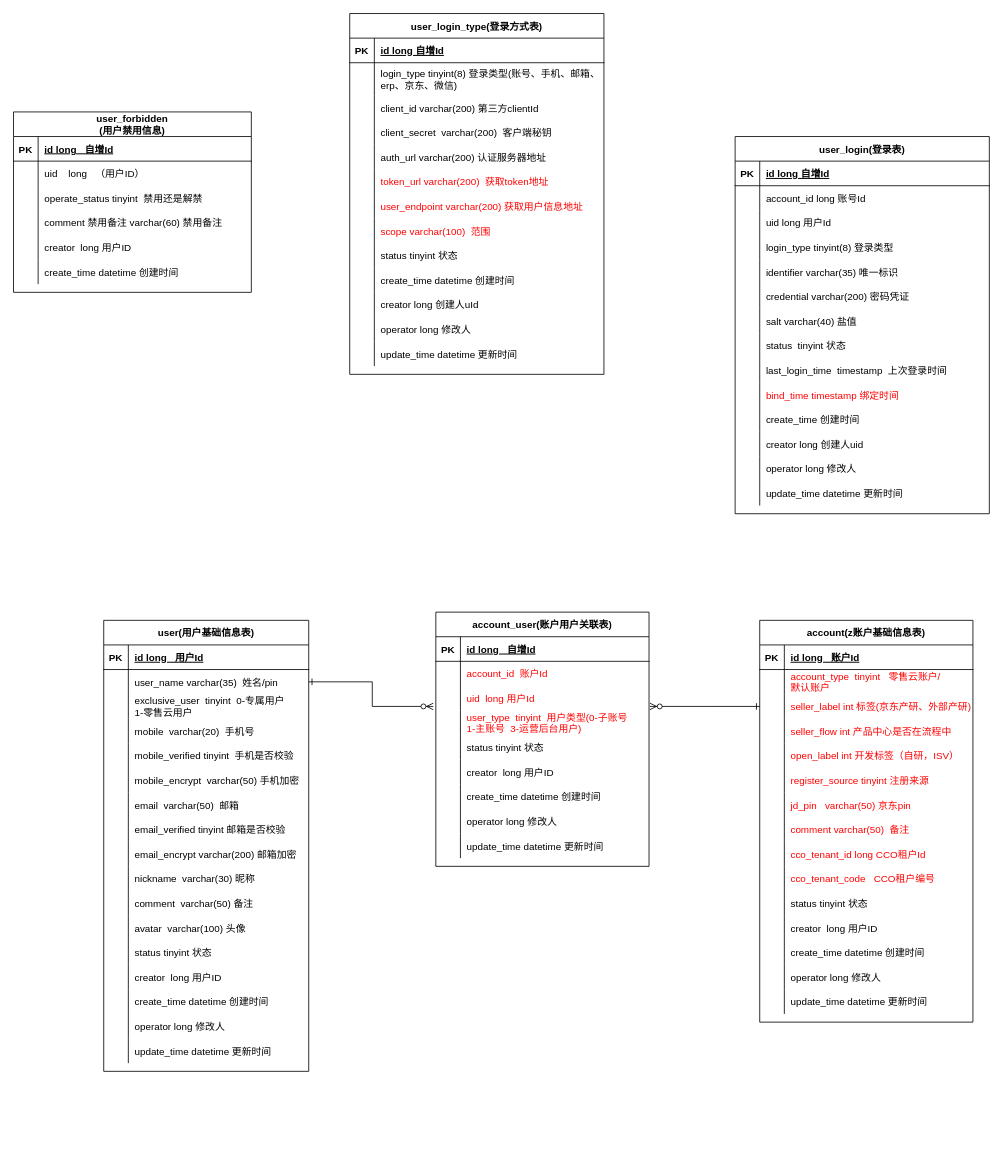
This is page "新账号模型" (1 of 10) of idaas.drawio from AjaxXu/Diagram, a draw.io file, before an edit. Source tidied: cells renumbered, new cells numbered last; positions are measured from the earlier drawing's top-left corner, leaving out a move shared by most shapes. Both pictures are drawn from the tidied source at 82%, with x=0, y=0 at pixel (-36, 13).
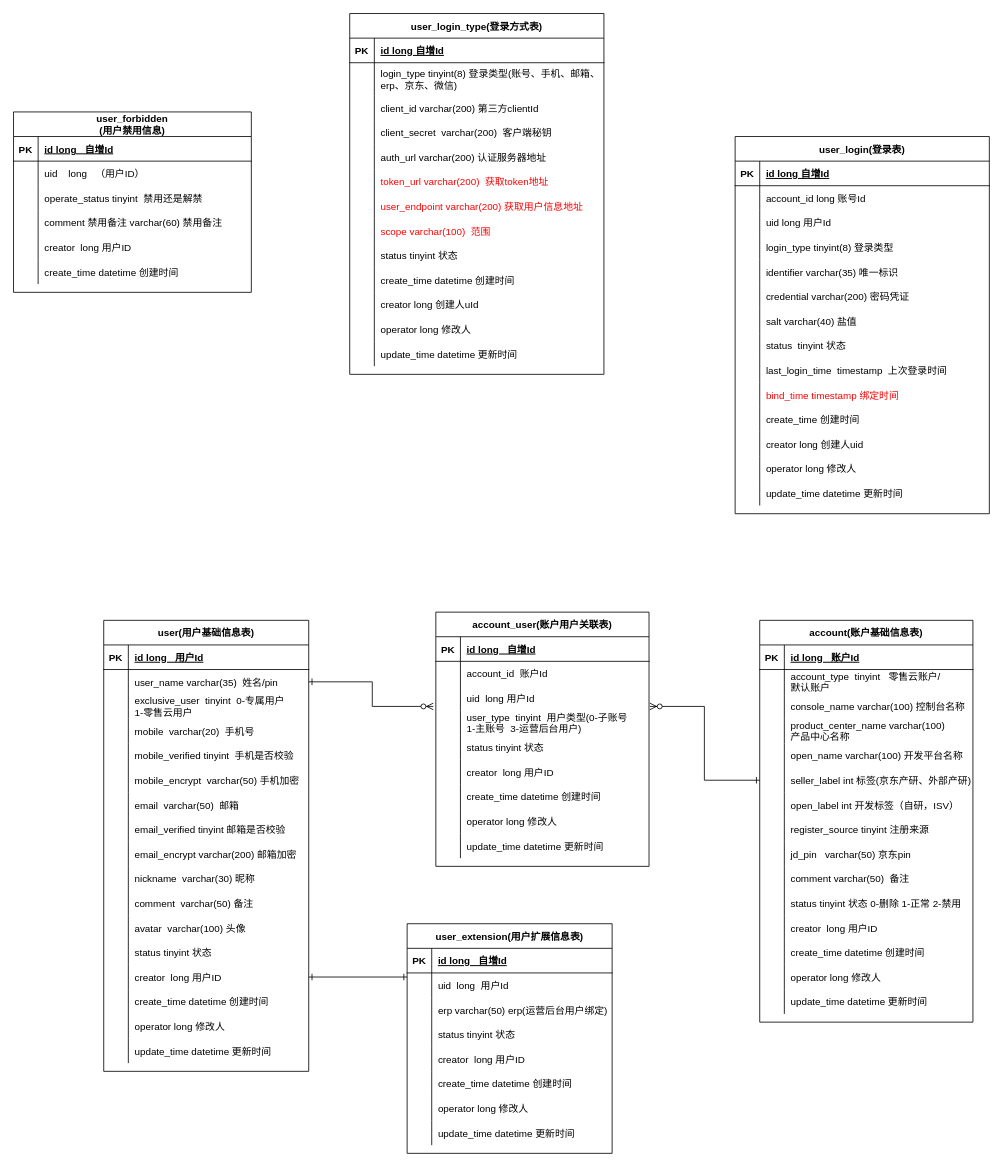
The same page after the edit.

Unchanged cells that the change refers to:
```xml
<mxCell id="6" style="shape=partialRectangle;fillColor=none;top=0;left=0;right=0;bottom=0;" parent="2" vertex="1">
  <mxGeometry y="60" width="260" height="30" as="geometry" />
</mxCell>
<mxCell id="33" style="shape=partialRectangle;fillColor=none;points=[[0,0.5],[1,0.5]];portConstraint=eastwest;top=0;left=0;right=0;bottom=0;" parent="2" vertex="1">
  <mxGeometry y="330" width="260" height="30" as="geometry" />
</mxCell>
<mxCell id="88" style="shape=partialRectangle;fillColor=none;points=[[0,0.5],[1,0.5]];portConstraint=eastwest;top=0;left=0;right=0;bottom=0;" parent="48" vertex="1">
  <mxGeometry y="420" width="250" height="30" as="geometry" />
</mxCell>
<mxCell id="211" style="shape=partialRectangle;fillColor=none;top=0;left=0;right=0;bottom=0;" parent="207" vertex="1">
  <mxGeometry y="60" width="260" height="30" as="geometry" />
</mxCell>
<mxCell id="214" style="shape=partialRectangle;fillColor=none;points=[[0,0.5],[1,0.5]];portConstraint=eastwest;top=0;left=0;right=0;bottom=0;" parent="207" vertex="1">
  <mxGeometry y="90" width="260" height="30" as="geometry" />
</mxCell>
<mxCell id="217" style="shape=partialRectangle;fillColor=none;points=[[0,0.5],[1,0.5]];portConstraint=eastwest;top=0;left=0;right=0;bottom=0;" parent="207" vertex="1">
  <mxGeometry y="120" width="260" height="30" as="geometry" />
</mxCell>
```

Diff of the diagram source:
```diff
@@
-    <mxCell id="2" value="account(z账户基础信息表)" style="shape=table;startSize=30;childLayout=tableLayout;rowLines=0;fontStyle=1;align=center;" parent="1" vertex="1">
+    <mxCell id="2" value="account(账户基础信息表)" style="shape=table;startSize=30;childLayout=tableLayout;rowLines=0;fontStyle=1;align=center;" parent="1" vertex="1">
       <mxGeometry x="970" y="740" width="260" height="490" as="geometry" />
     </mxCell>
@@
-    <mxCell id="8" value="account_type  tinyint   零售云账户/&#10;默认账户" style="shape=partialRectangle;overflow=hidden;fillColor=none;top=0;left=0;bottom=0;right=0;align=left;spacingLeft=6;fontColor=#FF0000;" parent="6" vertex="1">
+    <mxCell id="8" value="account_type  tinyint   零售云账户/&#10;默认账户" style="shape=partialRectangle;overflow=hidden;fillColor=none;top=0;left=0;bottom=0;right=0;align=left;spacingLeft=6;" parent="6" vertex="1">
       <mxGeometry x="30" width="230" height="30" as="geometry" />
     </mxCell>
+    <mxCell id="237" style="shape=partialRectangle;fillColor=none;top=0;left=0;right=0;bottom=0;" parent="2" vertex="1">
+      <mxGeometry y="90" width="260" height="30" as="geometry" />
+    </mxCell>
+    <mxCell id="238" style="shape=partialRectangle;overflow=hidden;fillColor=none;top=0;left=0;bottom=0;right=0;" parent="237" vertex="1">
+      <mxGeometry width="30" height="30" as="geometry" />
+    </mxCell>
+    <mxCell id="239" value="console_name varchar(100) 控制台名称" style="shape=partialRectangle;overflow=hidden;fillColor=none;top=0;left=0;bottom=0;right=0;align=left;spacingLeft=6;" parent="237" vertex="1">
+      <mxGeometry x="30" width="230" height="30" as="geometry" />
+    </mxCell>
+    <mxCell id="12" style="shape=partialRectangle;fillColor=none;top=0;left=0;right=0;bottom=0;" parent="2" vertex="1">
+      <mxGeometry y="120" width="260" height="30" as="geometry" />
+    </mxCell>
+    <mxCell id="240" style="shape=partialRectangle;overflow=hidden;fillColor=none;top=0;left=0;bottom=0;right=0;" parent="12" vertex="1">
+      <mxGeometry width="30" height="30" as="geometry" />
+    </mxCell>
+    <mxCell id="241" value="product_center_name varchar(100) &#10;产品中心名称" style="shape=partialRectangle;overflow=hidden;fillColor=none;top=0;left=0;bottom=0;right=0;align=left;spacingLeft=6;" parent="12" vertex="1">
+      <mxGeometry x="30" width="230" height="30" as="geometry" />
+    </mxCell>
+    <mxCell id="242" style="shape=partialRectangle;fillColor=none;top=0;left=0;right=0;bottom=0;" parent="2" vertex="1">
+      <mxGeometry y="150" width="260" height="30" as="geometry" />
+    </mxCell>
+    <mxCell id="243" style="shape=partialRectangle;overflow=hidden;fillColor=none;top=0;left=0;bottom=0;right=0;" parent="242" vertex="1">
+      <mxGeometry width="30" height="30" as="geometry" />
+    </mxCell>
+    <mxCell id="244" value="open_name varchar(100) 开发平台名称" style="shape=partialRectangle;overflow=hidden;fillColor=none;top=0;left=0;bottom=0;right=0;align=left;spacingLeft=6;" parent="242" vertex="1">
+      <mxGeometry x="30" width="230" height="30" as="geometry" />
+    </mxCell>
     <mxCell id="9" style="shape=partialRectangle;fillColor=none;points=[[0,0.5],[1,0.5]];portConstraint=eastwest;top=0;left=0;right=0;bottom=0;" parent="2" vertex="1">
-      <mxGeometry y="90" width="260" height="30" as="geometry" />
+      <mxGeometry y="180" width="260" height="30" as="geometry" />
     </mxCell>
@@
-    <mxCell id="11" value="seller_label int 标签(京东产研、外部产研)" style="shape=partialRectangle;overflow=hidden;fillColor=none;top=0;left=0;bottom=0;right=0;align=left;spacingLeft=6;fontColor=#FF0000;" parent="9" vertex="1">
+    <mxCell id="11" value="seller_label int 标签(京东产研、外部产研)" style="shape=partialRectangle;overflow=hidden;fillColor=none;top=0;left=0;bottom=0;right=0;align=left;spacingLeft=6;" parent="9" vertex="1">
       <mxGeometry x="30" width="230" height="30" as="geometry" />
     </mxCell>
-    <mxCell id="12" style="shape=partialRectangle;fillColor=none;top=0;left=0;right=0;bottom=0;" parent="2" vertex="1">
-      <mxGeometry y="120" width="260" height="30" as="geometry" />
-    </mxCell>
-    <mxCell id="13" style="shape=partialRectangle;overflow=hidden;fillColor=none;top=0;left=0;bottom=0;right=0;" parent="12" vertex="1">
-      <mxGeometry width="30" height="30" as="geometry" />
-    </mxCell>
-    <mxCell id="14" value="seller_flow int 产品中心是否在流程中" style="shape=partialRectangle;overflow=hidden;fillColor=none;top=0;left=0;bottom=0;right=0;align=left;spacingLeft=6;fontColor=#FF0000;" parent="12" vertex="1">
-      <mxGeometry x="30" width="230" height="30" as="geometry" />
-    </mxCell>
     <mxCell id="15" style="shape=partialRectangle;fillColor=none;top=0;left=0;right=0;bottom=0;" parent="2" vertex="1">
-      <mxGeometry y="150" width="260" height="30" as="geometry" />
+      <mxGeometry y="210" width="260" height="30" as="geometry" />
     </mxCell>
@@
-    <mxCell id="17" value="open_label int 开发标签（自研，ISV）" style="shape=partialRectangle;overflow=hidden;fillColor=none;top=0;left=0;bottom=0;right=0;align=left;spacingLeft=6;fontColor=#FF0000;" parent="15" vertex="1">
+    <mxCell id="17" value="open_label int 开发标签（自研，ISV）" style="shape=partialRectangle;overflow=hidden;fillColor=none;top=0;left=0;bottom=0;right=0;align=left;spacingLeft=6;" parent="15" vertex="1">
       <mxGeometry x="30" width="230" height="30" as="geometry" />
     </mxCell>
     <mxCell id="18" style="shape=partialRectangle;fillColor=none;top=0;left=0;right=0;bottom=0;" parent="2" vertex="1">
-      <mxGeometry y="180" width="260" height="30" as="geometry" />
+      <mxGeometry y="240" width="260" height="30" as="geometry" />
     </mxCell>
@@
-    <mxCell id="20" value="register_source tinyint 注册来源" style="shape=partialRectangle;overflow=hidden;fillColor=none;top=0;left=0;bottom=0;right=0;align=left;spacingLeft=6;fontColor=#FF0000;" parent="18" vertex="1">
+    <mxCell id="20" value="register_source tinyint 注册来源" style="shape=partialRectangle;overflow=hidden;fillColor=none;top=0;left=0;bottom=0;right=0;align=left;spacingLeft=6;" parent="18" vertex="1">
       <mxGeometry x="30" width="230" height="30" as="geometry" />
     </mxCell>
     <mxCell id="21" style="shape=partialRectangle;fillColor=none;top=0;left=0;right=0;bottom=0;" parent="2" vertex="1">
-      <mxGeometry y="210" width="260" height="30" as="geometry" />
+      <mxGeometry y="270" width="260" height="30" as="geometry" />
     </mxCell>
@@
-    <mxCell id="23" value="jd_pin   varchar(50) 京东pin" style="shape=partialRectangle;overflow=hidden;fillColor=none;top=0;left=0;bottom=0;right=0;align=left;spacingLeft=6;fontColor=#FF0000;" parent="21" vertex="1">
+    <mxCell id="23" value="jd_pin   varchar(50) 京东pin" style="shape=partialRectangle;overflow=hidden;fillColor=none;top=0;left=0;bottom=0;right=0;align=left;spacingLeft=6;" parent="21" vertex="1">
       <mxGeometry x="30" width="230" height="30" as="geometry" />
     </mxCell>
     <mxCell id="24" style="shape=partialRectangle;fillColor=none;top=0;left=0;right=0;bottom=0;" parent="2" vertex="1">
-      <mxGeometry y="240" width="260" height="30" as="geometry" />
+      <mxGeometry y="300" width="260" height="30" as="geometry" />
     </mxCell>
@@
-    <mxCell id="26" value="comment varchar(50)  备注" style="shape=partialRectangle;overflow=hidden;fillColor=none;top=0;left=0;bottom=0;right=0;align=left;spacingLeft=6;fontColor=#FF0000;" parent="24" vertex="1">
+    <mxCell id="26" value="comment varchar(50)  备注" style="shape=partialRectangle;overflow=hidden;fillColor=none;top=0;left=0;bottom=0;right=0;align=left;spacingLeft=6;" parent="24" vertex="1">
       <mxGeometry x="30" width="230" height="30" as="geometry" />
     </mxCell>
-    <mxCell id="27" style="shape=partialRectangle;fillColor=none;top=0;left=0;right=0;bottom=0;" parent="2" vertex="1">
-      <mxGeometry y="270" width="260" height="30" as="geometry" />
-    </mxCell>
-    <mxCell id="28" style="shape=partialRectangle;overflow=hidden;fillColor=none;top=0;left=0;bottom=0;right=0;" parent="27" vertex="1">
-      <mxGeometry width="30" height="30" as="geometry" />
-    </mxCell>
-    <mxCell id="29" value="cco_tenant_id long CCO租户Id" style="shape=partialRectangle;overflow=hidden;fillColor=none;top=0;left=0;bottom=0;right=0;align=left;spacingLeft=6;fontColor=#FF0000;" parent="27" vertex="1">
-      <mxGeometry x="30" width="230" height="30" as="geometry" />
-    </mxCell>
-    <mxCell id="30" style="shape=partialRectangle;fillColor=none;top=0;left=0;right=0;bottom=0;" parent="2" vertex="1">
-      <mxGeometry y="300" width="260" height="30" as="geometry" />
-    </mxCell>
-    <mxCell id="31" style="shape=partialRectangle;overflow=hidden;fillColor=none;top=0;left=0;bottom=0;right=0;" parent="30" vertex="1">
-      <mxGeometry width="30" height="30" as="geometry" />
-    </mxCell>
-    <mxCell id="32" value="cco_tenant_code   CCO租户编号" style="shape=partialRectangle;overflow=hidden;fillColor=none;top=0;left=0;bottom=0;right=0;align=left;spacingLeft=6;fontColor=#FF0000;" parent="30" vertex="1">
-      <mxGeometry x="30" width="230" height="30" as="geometry" />
-    </mxCell>
@@
-    <mxCell id="35" value="status tinyint 状态" style="shape=partialRectangle;overflow=hidden;fillColor=none;top=0;left=0;bottom=0;right=0;align=left;spacingLeft=6;" parent="33" vertex="1">
+    <mxCell id="35" value="status tinyint 状态 0-删除 1-正常 2-禁用" style="shape=partialRectangle;overflow=hidden;fillColor=none;top=0;left=0;bottom=0;right=0;align=left;spacingLeft=6;" parent="33" vertex="1">
       <mxGeometry x="30" width="230" height="30" as="geometry" />
     </mxCell>
@@
-    <mxCell id="213" value="account_id  账户Id" style="shape=partialRectangle;overflow=hidden;fillColor=none;top=0;left=0;bottom=0;right=0;align=left;spacingLeft=6;fontColor=#FF0000;" parent="211" vertex="1">
+    <mxCell id="213" value="account_id  账户Id" style="shape=partialRectangle;overflow=hidden;fillColor=none;top=0;left=0;bottom=0;right=0;align=left;spacingLeft=6;" parent="211" vertex="1">
       <mxGeometry x="30" width="230" height="30" as="geometry" />
     </mxCell>
@@
-    <mxCell id="216" value="uid  long 用户Id" style="shape=partialRectangle;overflow=hidden;fillColor=none;top=0;left=0;bottom=0;right=0;align=left;spacingLeft=6;fontColor=#FF0000;" parent="214" vertex="1">
+    <mxCell id="216" value="uid  long 用户Id" style="shape=partialRectangle;overflow=hidden;fillColor=none;top=0;left=0;bottom=0;right=0;align=left;spacingLeft=6;" parent="214" vertex="1">
       <mxGeometry x="30" width="230" height="30" as="geometry" />
     </mxCell>
@@
-    <mxCell id="219" value="user_type  tinyint  用户类型(0-子账号 &#10;1-主账号  3-运营后台用户)" style="shape=partialRectangle;overflow=hidden;fillColor=none;top=0;left=0;bottom=0;right=0;align=left;spacingLeft=6;fontColor=#FF0000;" parent="217" vertex="1">
+    <mxCell id="219" value="user_type  tinyint  用户类型(0-子账号 &#10;1-主账号  3-运营后台用户)" style="shape=partialRectangle;overflow=hidden;fillColor=none;top=0;left=0;bottom=0;right=0;align=left;spacingLeft=6;" parent="217" vertex="1">
       <mxGeometry x="30" width="230" height="30" as="geometry" />
     </mxCell>
@@
+    <mxCell id="245" style="edgeStyle=orthogonalEdgeStyle;rounded=0;jettySize=auto;html=1;exitX=1;exitY=0.5;exitDx=0;exitDy=0;fontColor=#000000;startArrow=ERone;startFill=0;endArrow=ERone;endFill=0;" parent="1" edge="1" source="88">
+      <mxGeometry relative="1" as="geometry">
+        <mxPoint x="540" y="1175" as="targetPoint" />
+      </mxGeometry>
+    </mxCell>
+    <mxCell id="246" value="user_extension(用户扩展信息表)" style="shape=table;startSize=30;childLayout=tableLayout;rowLines=0;fontStyle=1;align=center;" parent="1" vertex="1">
+      <mxGeometry x="540" y="1110" width="250" height="280" as="geometry" />
+    </mxCell>
+    <mxCell id="247" style="shape=partialRectangle;fillColor=none;top=0;left=0;right=0;bottom=1;" parent="246" vertex="1">
+      <mxGeometry y="30" width="250" height="30" as="geometry" />
+    </mxCell>
+    <mxCell id="248" value="PK" style="shape=partialRectangle;overflow=hidden;fillColor=none;top=0;left=0;bottom=0;right=0;fontStyle=1;" parent="247" vertex="1">
+      <mxGeometry width="30" height="30" as="geometry" />
+    </mxCell>
+    <mxCell id="249" value="id long   自增Id" style="shape=partialRectangle;overflow=hidden;fillColor=none;top=0;left=0;bottom=0;right=0;align=left;spacingLeft=6;fontStyle=5;" parent="247" vertex="1">
+      <mxGeometry x="30" width="220" height="30" as="geometry" />
+    </mxCell>
+    <mxCell id="250" style="shape=partialRectangle;fillColor=none;top=0;left=0;right=0;bottom=0;" parent="246" vertex="1">
+      <mxGeometry y="60" width="250" height="30" as="geometry" />
+    </mxCell>
+    <mxCell id="251" style="shape=partialRectangle;overflow=hidden;fillColor=none;top=0;left=0;bottom=0;right=0;" parent="250" vertex="1">
+      <mxGeometry width="30" height="30" as="geometry" />
+    </mxCell>
+    <mxCell id="252" value="uid  long  用户Id" style="shape=partialRectangle;overflow=hidden;fillColor=none;top=0;left=0;bottom=0;right=0;align=left;spacingLeft=6;" parent="250" vertex="1">
+      <mxGeometry x="30" width="220" height="30" as="geometry" />
+    </mxCell>
+    <mxCell id="253" style="shape=partialRectangle;fillColor=none;top=0;left=0;right=0;bottom=0;" parent="246" vertex="1">
+      <mxGeometry y="90" width="250" height="30" as="geometry" />
+    </mxCell>
+    <mxCell id="254" style="shape=partialRectangle;overflow=hidden;fillColor=none;top=0;left=0;bottom=0;right=0;" parent="253" vertex="1">
+      <mxGeometry width="30" height="30" as="geometry" />
+    </mxCell>
+    <mxCell id="255" value="erp varchar(50) erp(运营后台用户绑定)" style="shape=partialRectangle;overflow=hidden;fillColor=none;top=0;left=0;bottom=0;right=0;align=left;spacingLeft=6;" parent="253" vertex="1">
+      <mxGeometry x="30" width="220" height="30" as="geometry" />
+    </mxCell>
+    <mxCell id="256" style="shape=partialRectangle;fillColor=none;top=0;left=0;right=0;bottom=0;" parent="246" vertex="1">
+      <mxGeometry y="120" width="250" height="30" as="geometry" />
+    </mxCell>
+    <mxCell id="257" style="shape=partialRectangle;overflow=hidden;fillColor=none;top=0;left=0;bottom=0;right=0;" parent="256" vertex="1">
+      <mxGeometry width="30" height="30" as="geometry" />
+    </mxCell>
+    <mxCell id="258" value="status tinyint 状态" style="shape=partialRectangle;overflow=hidden;fillColor=none;top=0;left=0;bottom=0;right=0;align=left;spacingLeft=6;" parent="256" vertex="1">
+      <mxGeometry x="30" width="220" height="30" as="geometry" />
+    </mxCell>
+    <mxCell id="259" style="shape=partialRectangle;fillColor=none;top=0;left=0;right=0;bottom=0;" parent="246" vertex="1">
+      <mxGeometry y="150" width="250" height="30" as="geometry" />
+    </mxCell>
+    <mxCell id="260" style="shape=partialRectangle;overflow=hidden;fillColor=none;top=0;left=0;bottom=0;right=0;" parent="259" vertex="1">
+      <mxGeometry width="30" height="30" as="geometry" />
+    </mxCell>
+    <mxCell id="261" value="creator  long 用户ID " style="shape=partialRectangle;overflow=hidden;fillColor=none;top=0;left=0;bottom=0;right=0;align=left;spacingLeft=6;" parent="259" vertex="1">
+      <mxGeometry x="30" width="220" height="30" as="geometry" />
+    </mxCell>
+    <mxCell id="262" style="shape=partialRectangle;fillColor=none;top=0;left=0;right=0;bottom=0;" parent="246" vertex="1">
+      <mxGeometry y="180" width="250" height="30" as="geometry" />
+    </mxCell>
+    <mxCell id="263" style="shape=partialRectangle;overflow=hidden;fillColor=none;top=0;left=0;bottom=0;right=0;" parent="262" vertex="1">
+      <mxGeometry width="30" height="30" as="geometry" />
+    </mxCell>
+    <mxCell id="264" value="create_time datetime 创建时间" style="shape=partialRectangle;overflow=hidden;fillColor=none;top=0;left=0;bottom=0;right=0;align=left;spacingLeft=6;" parent="262" vertex="1">
+      <mxGeometry x="30" width="220" height="30" as="geometry" />
+    </mxCell>
+    <mxCell id="265" style="shape=partialRectangle;fillColor=none;top=0;left=0;right=0;bottom=0;" parent="246" vertex="1">
+      <mxGeometry y="210" width="250" height="30" as="geometry" />
+    </mxCell>
+    <mxCell id="266" style="shape=partialRectangle;overflow=hidden;fillColor=none;top=0;left=0;bottom=0;right=0;" parent="265" vertex="1">
+      <mxGeometry width="30" height="30" as="geometry" />
+    </mxCell>
+    <mxCell id="267" value="operator long 修改人" style="shape=partialRectangle;overflow=hidden;fillColor=none;top=0;left=0;bottom=0;right=0;align=left;spacingLeft=6;" parent="265" vertex="1">
+      <mxGeometry x="30" width="220" height="30" as="geometry" />
+    </mxCell>
+    <mxCell id="268" style="shape=partialRectangle;fillColor=none;top=0;left=0;right=0;bottom=0;" parent="246" vertex="1">
+      <mxGeometry y="240" width="250" height="30" as="geometry" />
+    </mxCell>
+    <mxCell id="269" style="shape=partialRectangle;overflow=hidden;fillColor=none;top=0;left=0;bottom=0;right=0;" parent="268" vertex="1">
+      <mxGeometry width="30" height="30" as="geometry" />
+    </mxCell>
+    <mxCell id="270" value="update_time datetime 更新时间" style="shape=partialRectangle;overflow=hidden;fillColor=none;top=0;left=0;bottom=0;right=0;align=left;spacingLeft=6;" parent="268" vertex="1">
+      <mxGeometry x="30" width="220" height="30" as="geometry" />
+    </mxCell>
```
